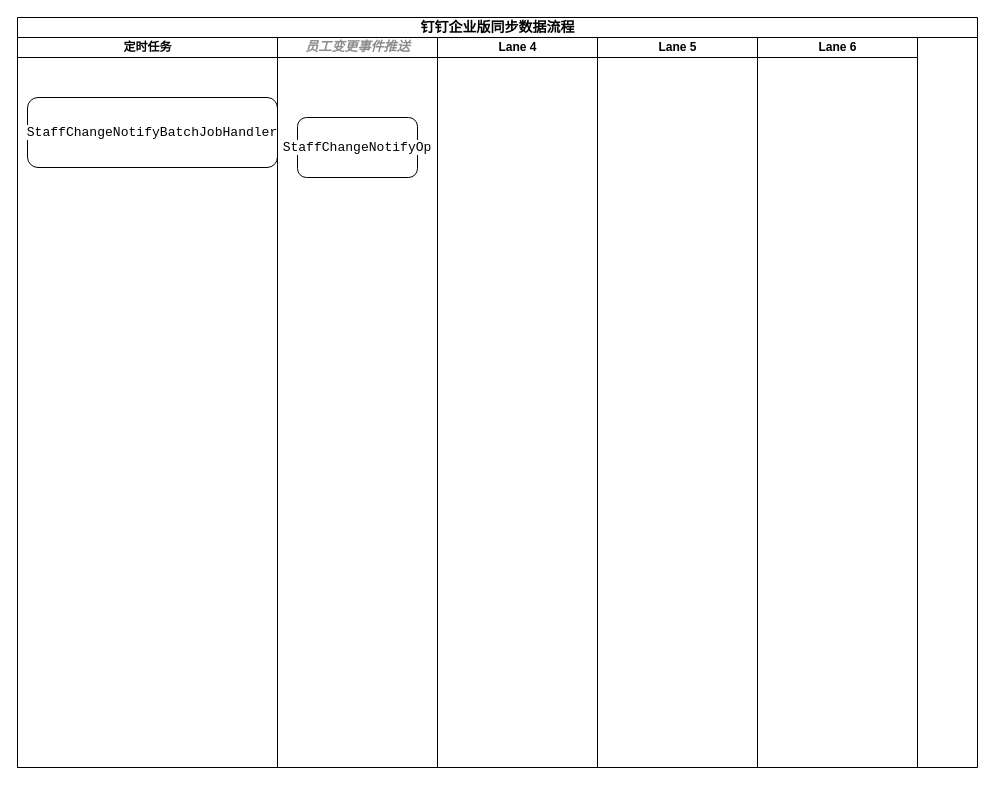
Above: 钉钉企业版同步数据流程.drawio in wdidada126/langnote (draw.io), before the change. Source tidied: cells renumbered, new cells numbered last; positions are measured from the earlier drawing's top-left corner, leaving out a move shared by most shapes. Both pictures are drawn from the tidied source at 100%, with x=0, y=0 at pixel (17, 17).
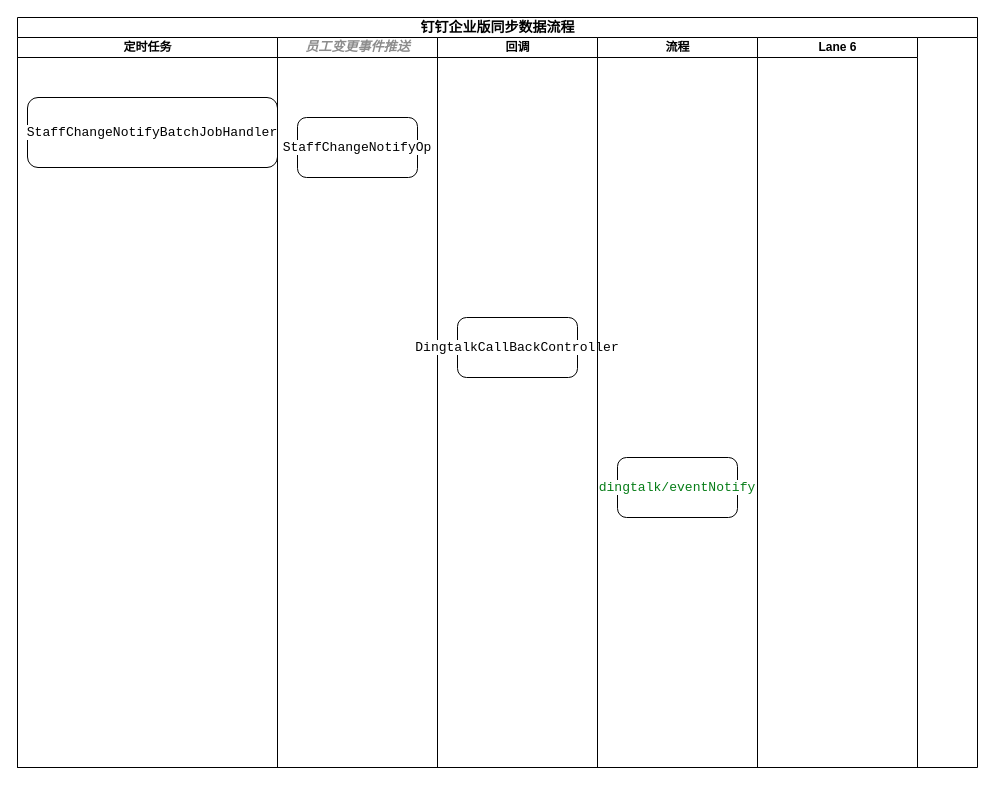
After the change.

Diff of the diagram source:
```diff
@@
 <mxGraphModel>
   <root>
     <mxCell id="0" />
     <mxCell id="1" parent="0" />
     <mxCell id="2" value="&lt;font style=&quot;font-size: 14px;&quot;&gt;钉钉企业版同步数据流程&lt;/font&gt;" style="swimlane;html=1;startSize=20;rounded=0;shadow=0;labelBackgroundColor=none;strokeWidth=1;fontFamily=Verdana;fontSize=8;align=center;" parent="1" vertex="1">
       <mxGeometry width="960" height="750" as="geometry" />
     </mxCell>
     <mxCell id="3" value="定时任务" style="swimlane;html=1;startSize=20;" parent="2" vertex="1">
       <mxGeometry y="20" width="260" height="730" as="geometry" />
     </mxCell>
     <mxCell id="4" value="&lt;div style=&quot;background-color:#ffffff;color:#080808&quot;&gt;&lt;pre style=&quot;font-family:'JetBrains Mono',monospace;font-size:9.8pt;&quot;&gt;&lt;span style=&quot;color:#000000;&quot;&gt;StaffChangeNotifyBatchJobHandler&lt;/span&gt;&lt;/pre&gt;&lt;/div&gt;" style="rounded=1;whiteSpace=wrap;html=1;" parent="3" vertex="1">
       <mxGeometry x="10" y="60" width="250" height="70" as="geometry" />
     </mxCell>
     <mxCell id="5" value="&lt;div style=&quot;background-color:#ffffff;color:#080808&quot;&gt;&lt;pre style=&quot;font-family:'宋体',monospace;font-size:9.8pt;&quot;&gt;&lt;span style=&quot;color:#8c8c8c;font-style:italic;&quot;&gt;员工变更事件推送&lt;/span&gt;&lt;/pre&gt;&lt;/div&gt;" style="swimlane;html=1;startSize=20;" parent="2" vertex="1">
       <mxGeometry x="260" y="20" width="160" height="730" as="geometry" />
     </mxCell>
     <mxCell id="6" value="&lt;div style=&quot;background-color:#ffffff;color:#080808&quot;&gt;&lt;pre style=&quot;font-family:'JetBrains Mono',monospace;font-size:9.8pt;&quot;&gt;&lt;span style=&quot;color:#000000;&quot;&gt;StaffChangeNotifyOp&lt;/span&gt;&lt;/pre&gt;&lt;/div&gt;" style="rounded=1;whiteSpace=wrap;html=1;" parent="5" vertex="1">
       <mxGeometry x="20" y="80" width="120" height="60" as="geometry" />
     </mxCell>
-    <mxCell id="7" value="Lane 4" style="swimlane;html=1;startSize=20;" parent="2" vertex="1">
+    <mxCell id="7" value="回调" style="swimlane;html=1;startSize=20;" parent="2" vertex="1">
       <mxGeometry x="420" y="20" width="160" height="730" as="geometry" />
     </mxCell>
+    <mxCell id="10" value="&lt;div style=&quot;background-color:#ffffff;color:#080808&quot;&gt;&lt;pre style=&quot;font-family:'JetBrains Mono',monospace;font-size:9.8pt;&quot;&gt;&lt;span style=&quot;color:#000000;&quot;&gt;DingtalkCallBackController&lt;/span&gt;&lt;/pre&gt;&lt;/div&gt;" style="rounded=1;whiteSpace=wrap;html=1;" parent="7" vertex="1">
+      <mxGeometry x="20" y="280" width="120" height="60" as="geometry" />
+    </mxCell>
-    <mxCell id="8" value="Lane 5" style="swimlane;html=1;startSize=20;" parent="2" vertex="1">
+    <mxCell id="8" value="流程" style="swimlane;html=1;startSize=20;" parent="2" vertex="1">
       <mxGeometry x="580" y="20" width="160" height="730" as="geometry" />
     </mxCell>
+    <mxCell id="11" value="&lt;div style=&quot;background-color:#ffffff;color:#080808&quot;&gt;&lt;pre style=&quot;font-family:'JetBrains Mono',monospace;font-size:9.8pt;&quot;&gt;&lt;span style=&quot;color:#067d17;&quot;&gt;dingtalk/eventNotify&lt;/span&gt;&lt;/pre&gt;&lt;/div&gt;" style="rounded=1;whiteSpace=wrap;html=1;" parent="8" vertex="1">
+      <mxGeometry x="20" y="420" width="120" height="60" as="geometry" />
+    </mxCell>
     <mxCell id="9" value="Lane 6" style="swimlane;html=1;startSize=20;" parent="2" vertex="1">
       <mxGeometry x="740" y="20" width="160" height="730" as="geometry" />
     </mxCell>
   </root>
 </mxGraphModel>
```
